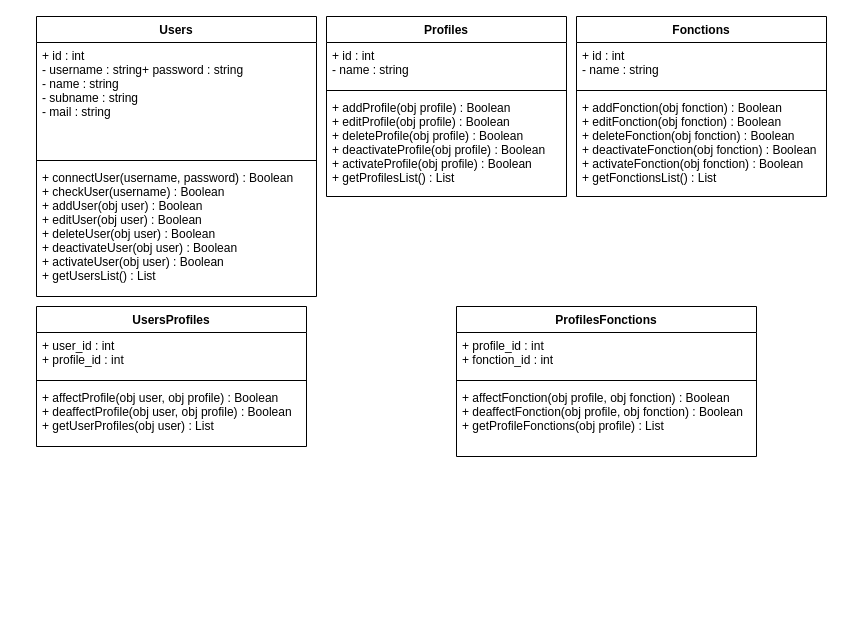
MouhaBY/POS keeps this draw.io diagram as documentation/ClassesDiagram.drawio. Above is the earlier version. Source tidied: cells renumbered, new cells numbered last; positions are measured from the earlier drawing's top-left corner, leaving out a move shared by most shapes. Both pictures are drawn from the tidied source at 100%, with x=0, y=0 at pixel (36, 16).
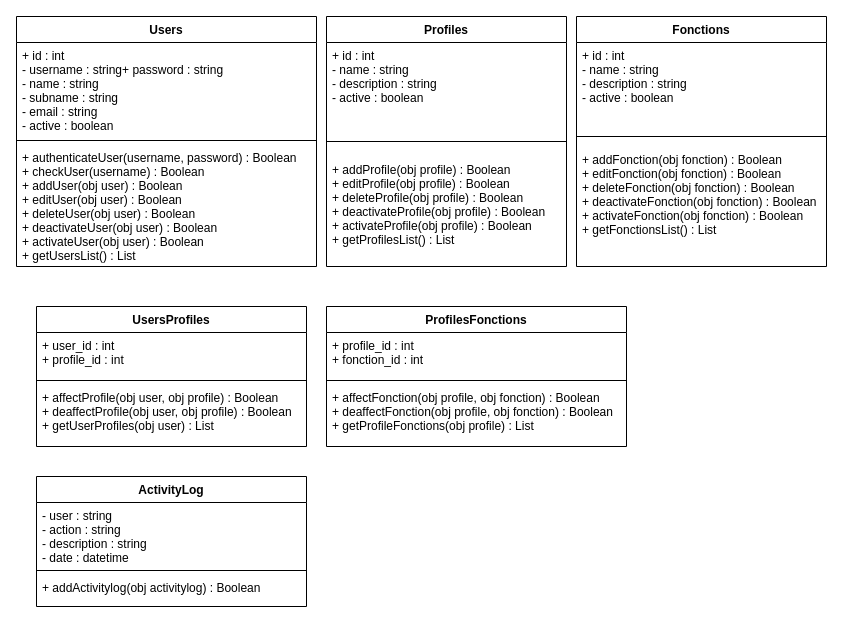
Above is the later version.

Commit message:
add activity log

What changed in the source:
```diff
@@
     <mxCell id="2" value="Fonctions" style="swimlane;fontStyle=1;align=center;verticalAlign=top;horizontal=1;startSize=26;" parent="1" vertex="1">
-      <mxGeometry x="540" width="250" height="180" as="geometry" />
+      <mxGeometry x="540" width="250" height="250" as="geometry" />
     </mxCell>
-    <mxCell id="3" value="+ id : int&#10;- name : string&#10;" style="text;strokeColor=none;fillColor=none;align=left;verticalAlign=top;spacingLeft=4;spacingRight=4;overflow=hidden;" parent="2" vertex="1">
-      <mxGeometry y="26" width="250" height="44" as="geometry" />
+    <mxCell id="3" value="+ id : int&#10;- name : string&#10;- description : string&#10;- active : boolean" style="text;strokeColor=none;fillColor=none;align=left;verticalAlign=top;spacingLeft=4;spacingRight=4;overflow=hidden;" parent="2" vertex="1">
+      <mxGeometry y="26" width="250" height="84" as="geometry" />
     </mxCell>
     <mxCell id="4" style="line;strokeWidth=1;fillColor=none;align=left;verticalAlign=middle;spacingTop=-1;spacingLeft=3;spacingRight=3;labelPosition=right;" parent="2" vertex="1">
-      <mxGeometry y="70" width="250" height="8" as="geometry" />
+      <mxGeometry y="110" width="250" height="20" as="geometry" />
     </mxCell>
     <mxCell id="5" value="+ addFonction(obj fonction) : Boolean&#10;+ editFonction(obj fonction) : Boolean&#10;+ deleteFonction(obj fonction) : Boolean&#10;+ deactivateFonction(obj fonction) : Boolean&#10;+ activateFonction(obj fonction) : Boolean&#10;+ getFonctionsList() : List" style="text;strokeColor=none;fillColor=none;align=left;verticalAlign=top;spacingLeft=4;spacingRight=4;overflow=hidden;" parent="2" vertex="1">
-      <mxGeometry y="78" width="250" height="102" as="geometry" />
+      <mxGeometry y="130" width="250" height="120" as="geometry" />
     </mxCell>
     <mxCell id="6" value="Profiles" style="swimlane;fontStyle=1;align=center;verticalAlign=top;horizontal=1;startSize=26;" parent="1" vertex="1">
-      <mxGeometry x="290" width="240" height="180" as="geometry" />
+      <mxGeometry x="290" width="240" height="250" as="geometry" />
     </mxCell>
-    <mxCell id="7" value="+ id : int&#10;- name : string&#10;" style="text;strokeColor=none;fillColor=none;align=left;verticalAlign=top;spacingLeft=4;spacingRight=4;overflow=hidden;" parent="6" vertex="1">
-      <mxGeometry y="26" width="240" height="44" as="geometry" />
+    <mxCell id="7" value="+ id : int&#10;- name : string&#10;- description : string&#10;- active : boolean" style="text;strokeColor=none;fillColor=none;align=left;verticalAlign=top;spacingLeft=4;spacingRight=4;overflow=hidden;" parent="6" vertex="1">
+      <mxGeometry y="26" width="240" height="84" as="geometry" />
     </mxCell>
     <mxCell id="8" style="line;strokeWidth=1;fillColor=none;align=left;verticalAlign=middle;spacingTop=-1;spacingLeft=3;spacingRight=3;labelPosition=right;" parent="6" vertex="1">
-      <mxGeometry y="70" width="240" height="8" as="geometry" />
+      <mxGeometry y="110" width="240" height="30" as="geometry" />
     </mxCell>
     <mxCell id="9" value="+ addProfile(obj profile) : Boolean&#10;+ editProfile(obj profile) : Boolean&#10;+ deleteProfile(obj profile) : Boolean&#10;+ deactivateProfile(obj profile) : Boolean&#10;+ activateProfile(obj profile) : Boolean&#10;+ getProfilesList() : List&#10;" style="text;strokeColor=none;fillColor=none;align=left;verticalAlign=top;spacingLeft=4;spacingRight=4;overflow=hidden;" parent="6" vertex="1">
-      <mxGeometry y="78" width="240" height="102" as="geometry" />
+      <mxGeometry y="140" width="240" height="110" as="geometry" />
     </mxCell>
     <mxCell id="10" value="Users" style="swimlane;fontStyle=1;align=center;verticalAlign=top;horizontal=1;startSize=26;" parent="1" vertex="1">
-      <mxGeometry width="280" height="280" as="geometry" />
+      <mxGeometry x="-20" width="300" height="250" as="geometry" />
     </mxCell>
-    <mxCell id="11" value="+ id : int&#10;- username : string+ password : string&#10;- name : string&#10;- subname : string&#10;- mail : string&#10;&#10;" style="text;strokeColor=none;fillColor=none;align=left;verticalAlign=top;spacingLeft=4;spacingRight=4;overflow=hidden;" parent="10" vertex="1">
-      <mxGeometry y="26" width="280" height="114" as="geometry" />
+    <mxCell id="11" value="+ id : int&#10;- username : string+ password : string&#10;- name : string&#10;- subname : string&#10;- email : string&#10;- active : boolean&#10;&#10;&#10;" style="text;strokeColor=none;fillColor=none;align=left;verticalAlign=top;spacingLeft=4;spacingRight=4;overflow=hidden;" parent="10" vertex="1">
+      <mxGeometry y="26" width="300" height="94" as="geometry" />
     </mxCell>
     <mxCell id="12" style="line;strokeWidth=1;fillColor=none;align=left;verticalAlign=middle;spacingTop=-1;spacingLeft=3;spacingRight=3;labelPosition=right;" parent="10" vertex="1">
-      <mxGeometry y="140" width="280" height="8" as="geometry" />
+      <mxGeometry y="120" width="300" height="8" as="geometry" />
     </mxCell>
-    <mxCell id="13" value="+ connectUser(username, password) : Boolean&#10;+ checkUser(username) : Boolean&#10;+ addUser(obj user) : Boolean&#10;+ editUser(obj user) : Boolean&#10;+ deleteUser(obj user) : Boolean&#10;+ deactivateUser(obj user) : Boolean&#10;+ activateUser(obj user) : Boolean&#10;+ getUsersList() : List&#10;" style="text;strokeColor=none;fillColor=none;align=left;verticalAlign=top;spacingLeft=4;spacingRight=4;overflow=hidden;" parent="10" vertex="1">
-      <mxGeometry y="148" width="280" height="132" as="geometry" />
+    <mxCell id="13" value="+ authenticateUser(username, password) : Boolean&#10;+ checkUser(username) : Boolean&#10;+ addUser(obj user) : Boolean&#10;+ editUser(obj user) : Boolean&#10;+ deleteUser(obj user) : Boolean&#10;+ deactivateUser(obj user) : Boolean&#10;+ activateUser(obj user) : Boolean&#10;+ getUsersList() : List&#10;" style="text;strokeColor=none;fillColor=none;align=left;verticalAlign=top;spacingLeft=4;spacingRight=4;overflow=hidden;" parent="10" vertex="1">
+      <mxGeometry y="128" width="300" height="122" as="geometry" />
     </mxCell>
@@
     <mxCell id="18" value="ProfilesFonctions" style="swimlane;fontStyle=1;align=center;verticalAlign=top;horizontal=1;startSize=26;" parent="1" vertex="1">
-      <mxGeometry x="420" y="290" width="300" height="150" as="geometry" />
+      <mxGeometry x="290" y="290" width="300" height="140" as="geometry" />
     </mxCell>
@@
     <mxCell id="21" value="+ affectFonction(obj profile, obj fonction) : Boolean&#10;+ deaffectFonction(obj profile, obj fonction) : Boolean&#10;+ getProfileFonctions(obj profile) : List" style="text;strokeColor=none;fillColor=none;align=left;verticalAlign=top;spacingLeft=4;spacingRight=4;overflow=hidden;" parent="18" vertex="1">
-      <mxGeometry y="78" width="300" height="72" as="geometry" />
+      <mxGeometry y="78" width="300" height="62" as="geometry" />
     </mxCell>
+    <mxCell id="22" value="ActivityLog" style="swimlane;fontStyle=1;align=center;verticalAlign=top;horizontal=1;startSize=26;" parent="1" vertex="1">
+      <mxGeometry y="460" width="270" height="130" as="geometry" />
+    </mxCell>
+    <mxCell id="23" value="- user : string&#10;- action : string&#10;- description : string&#10;- date : datetime&#10;&#10;" style="text;strokeColor=none;fillColor=none;align=left;verticalAlign=top;spacingLeft=4;spacingRight=4;overflow=hidden;" parent="22" vertex="1">
+      <mxGeometry y="26" width="270" height="64" as="geometry" />
+    </mxCell>
+    <mxCell id="24" style="line;strokeWidth=1;fillColor=none;align=left;verticalAlign=middle;spacingTop=-1;spacingLeft=3;spacingRight=3;labelPosition=right;" parent="22" vertex="1">
+      <mxGeometry y="90" width="270" height="8" as="geometry" />
+    </mxCell>
+    <mxCell id="25" value="+ addActivitylog(obj activitylog) : Boolean&#10;" style="text;strokeColor=none;fillColor=none;align=left;verticalAlign=top;spacingLeft=4;spacingRight=4;overflow=hidden;" parent="22" vertex="1">
+      <mxGeometry y="98" width="270" height="32" as="geometry" />
+    </mxCell>
```
